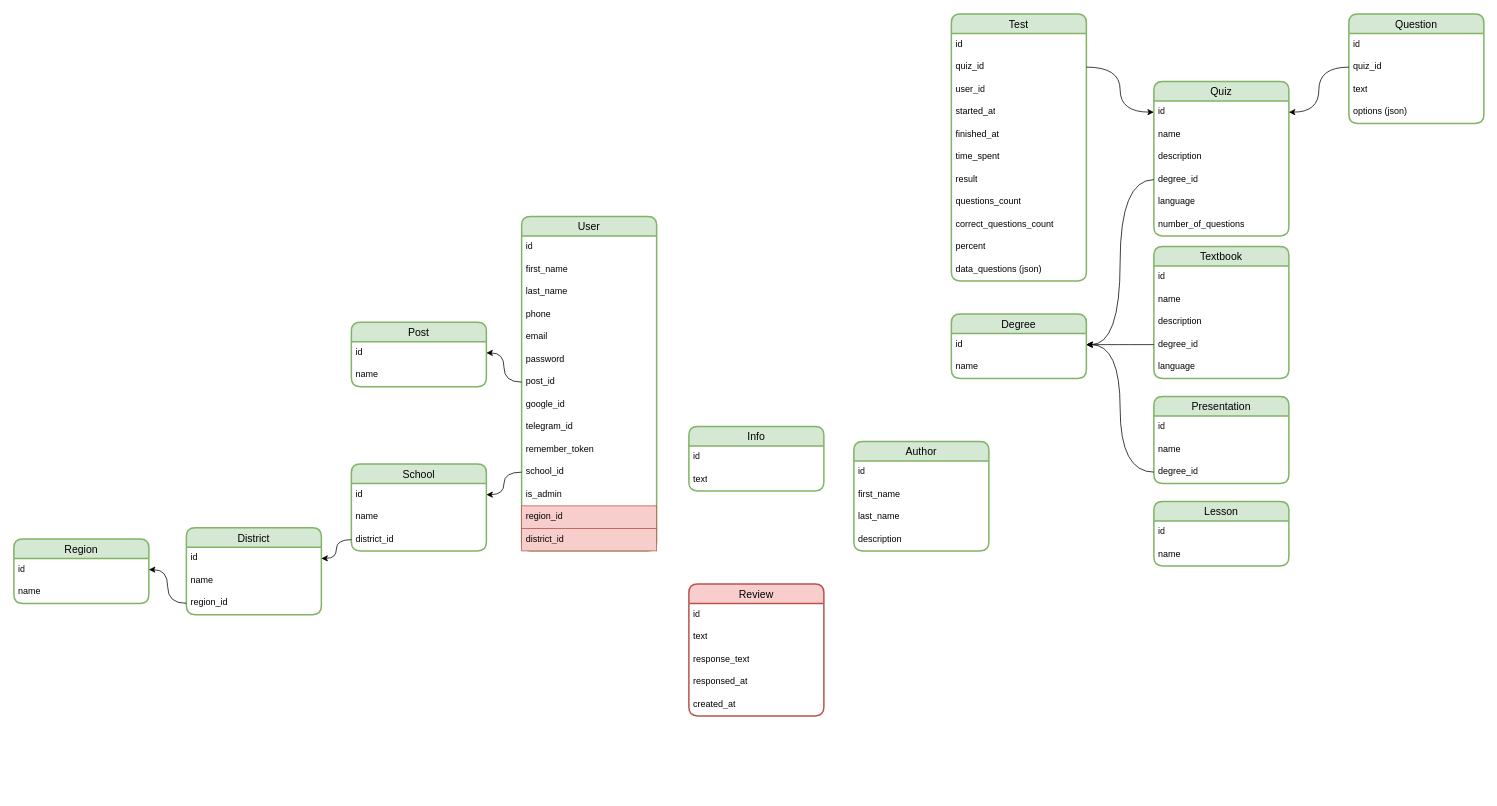
Earlier version of the draw.io diagram karsoft-learn-platform.drawio (iztileuoff/databases). Source tidied: cells renumbered, new cells numbered last; positions are measured from the earlier drawing's top-left corner, leaving out a move shared by most shapes. Both pictures are drawn from the tidied source at 75%, with x=0, y=0 at pixel (14, 14).
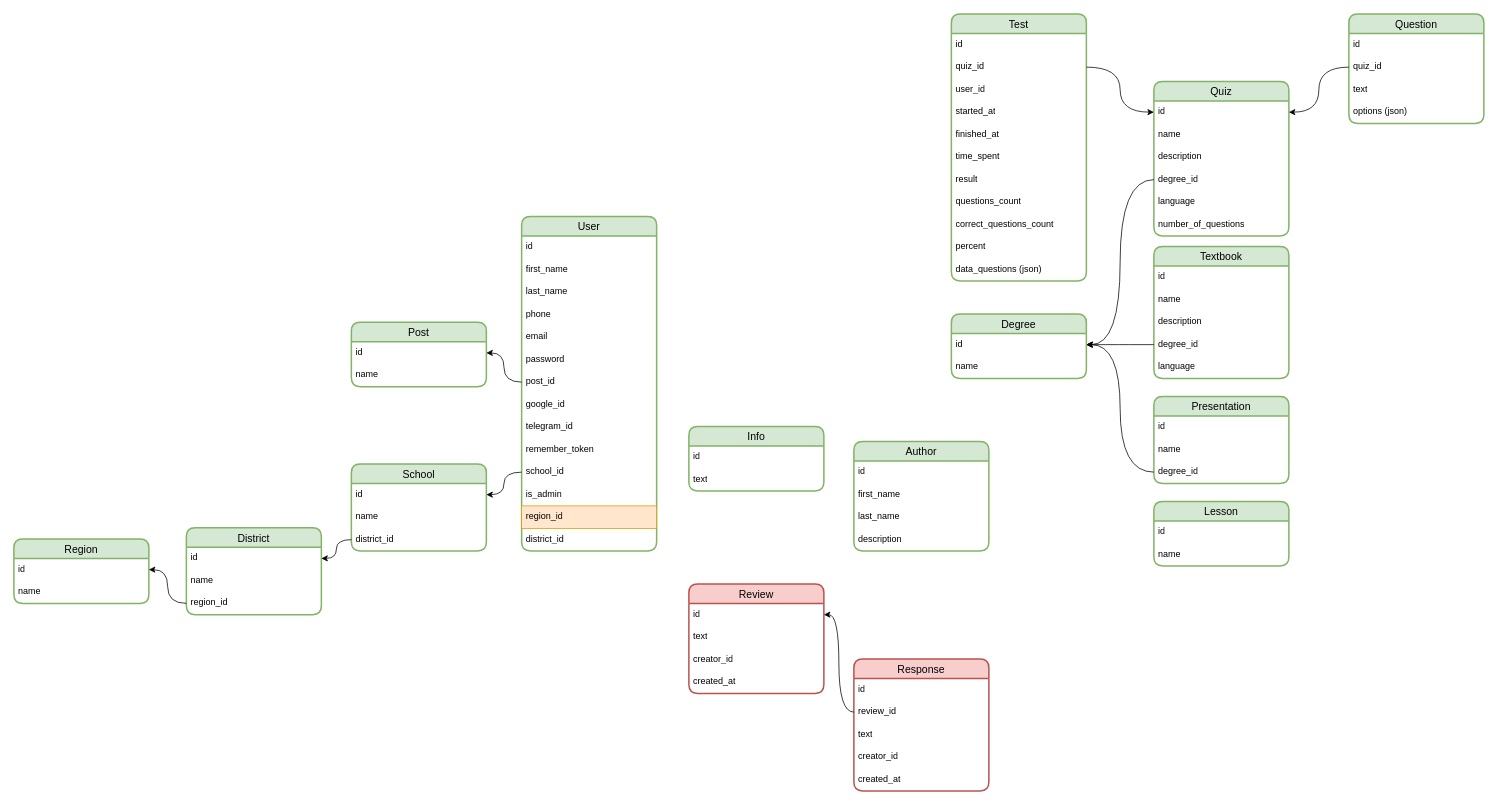
Above is the later version.

The change refers to these unchanged cells:
```xml
<mxCell id="2" value="User" style="swimlane;fontStyle=0;horizontal=1;startSize=26;align=center;fontSize=14;strokeWidth=2;rounded=1;shadow=0;glass=0;swimlaneLine=1;labelBackgroundColor=none;labelBorderColor=none;textShadow=0;fillColor=#d5e8d4;strokeColor=#82b366;" parent="1" vertex="1">
  <mxGeometry x="677" y="270" width="180" height="446" as="geometry" />
</mxCell>
<mxCell id="89" value="id" style="text;strokeColor=none;fillColor=none;spacingLeft=4;spacingRight=4;overflow=hidden;points=[[0,0.5],[1,0.5]];portConstraint=eastwest;fontSize=12;whiteSpace=wrap;html=1;" parent="88" vertex="1">
  <mxGeometry y="26" width="180" height="30" as="geometry" />
</mxCell>
```

Change to the diagram source:
```diff
@@
-    <mxCell id="15" value="region_id" style="text;strokeColor=#b85450;fillColor=#f8cecc;spacingLeft=4;spacingRight=4;overflow=hidden;fontSize=12;whiteSpace=wrap;html=1;" parent="2" vertex="1">
+    <mxCell id="15" value="region_id" style="text;strokeColor=#d79b00;fillColor=#ffe6cc;spacingLeft=4;spacingRight=4;overflow=hidden;fontSize=12;whiteSpace=wrap;html=1;" parent="2" vertex="1">
       <mxGeometry y="386" width="180" height="30" as="geometry" />
     </mxCell>
-    <mxCell id="16" value="district_id" style="text;strokeColor=#b85450;fillColor=#f8cecc;spacingLeft=4;spacingRight=4;overflow=hidden;fontSize=12;whiteSpace=wrap;html=1;" parent="2" vertex="1">
+    <mxCell id="16" value="district_id" style="text;spacingLeft=4;spacingRight=4;overflow=hidden;fontSize=12;whiteSpace=wrap;html=1;" parent="2" vertex="1">
       <mxGeometry y="416" width="180" height="30" as="geometry" />
     </mxCell>
@@
     <mxCell id="88" value="Review" style="swimlane;fontStyle=0;horizontal=1;startSize=26;align=center;fontSize=14;strokeWidth=2;rounded=1;shadow=0;glass=0;swimlaneLine=1;labelBackgroundColor=none;labelBorderColor=none;textShadow=0;fillColor=#f8cecc;strokeColor=#b85450;" parent="1" vertex="1">
-      <mxGeometry x="900" y="760" width="180" height="176" as="geometry" />
+      <mxGeometry x="900" y="760" width="180" height="146" as="geometry" />
     </mxCell>
@@
+    <mxCell id="94" value="text" style="text;strokeColor=none;fillColor=none;spacingLeft=4;spacingRight=4;overflow=hidden;fontSize=12;whiteSpace=wrap;html=1;" parent="88" vertex="1">
+      <mxGeometry y="56" width="180" height="30" as="geometry" />
+    </mxCell>
-    <mxCell id="90" value="text" style="text;strokeColor=none;fillColor=none;spacingLeft=4;spacingRight=4;overflow=hidden;fontSize=12;whiteSpace=wrap;html=1;" parent="88" vertex="1">
-      <mxGeometry y="56" width="180" height="30" as="geometry" />
+    <mxCell id="90" value="creator_id" style="text;strokeColor=none;fillColor=none;spacingLeft=4;spacingRight=4;overflow=hidden;fontSize=12;whiteSpace=wrap;html=1;" parent="88" vertex="1">
+      <mxGeometry y="86" width="180" height="30" as="geometry" />
     </mxCell>
-    <mxCell id="91" value="response_text" style="text;strokeColor=none;fillColor=none;spacingLeft=4;spacingRight=4;overflow=hidden;fontSize=12;whiteSpace=wrap;html=1;" parent="88" vertex="1">
-      <mxGeometry y="86" width="180" height="30" as="geometry" />
-    </mxCell>
-    <mxCell id="92" value="responsed_at" style="text;strokeColor=none;fillColor=none;spacingLeft=4;spacingRight=4;overflow=hidden;fontSize=12;whiteSpace=wrap;html=1;" parent="88" vertex="1">
-      <mxGeometry y="116" width="180" height="30" as="geometry" />
-    </mxCell>
     <mxCell id="93" value="created_at" style="text;strokeColor=none;fillColor=none;spacingLeft=4;spacingRight=4;overflow=hidden;fontSize=12;whiteSpace=wrap;html=1;" parent="88" vertex="1">
-      <mxGeometry y="146" width="180" height="30" as="geometry" />
+      <mxGeometry y="116" width="180" height="30" as="geometry" />
     </mxCell>
+    <mxCell id="95" value="Response" style="swimlane;fontStyle=0;horizontal=1;startSize=26;align=center;fontSize=14;strokeWidth=2;rounded=1;shadow=0;glass=0;swimlaneLine=1;labelBackgroundColor=none;labelBorderColor=none;textShadow=0;fillColor=#f8cecc;strokeColor=#b85450;" parent="1" vertex="1">
+      <mxGeometry x="1120" y="860" width="180" height="176" as="geometry" />
+    </mxCell>
+    <mxCell id="96" value="id" style="text;strokeColor=none;fillColor=none;spacingLeft=4;spacingRight=4;overflow=hidden;fontSize=12;whiteSpace=wrap;html=1;" parent="95" vertex="1">
+      <mxGeometry y="26" width="180" height="30" as="geometry" />
+    </mxCell>
+    <mxCell id="97" value="review_id" style="text;strokeColor=none;fillColor=none;spacingLeft=4;spacingRight=4;overflow=hidden;points=[[0,0.5],[1,0.5]];portConstraint=eastwest;fontSize=12;whiteSpace=wrap;html=1;" parent="95" vertex="1">
+      <mxGeometry y="56" width="180" height="30" as="geometry" />
+    </mxCell>
+    <mxCell id="98" value="text" style="text;strokeColor=none;fillColor=none;spacingLeft=4;spacingRight=4;overflow=hidden;fontSize=12;whiteSpace=wrap;html=1;" parent="95" vertex="1">
+      <mxGeometry y="86" width="180" height="30" as="geometry" />
+    </mxCell>
+    <mxCell id="99" value="creator_id" style="text;strokeColor=none;fillColor=none;spacingLeft=4;spacingRight=4;overflow=hidden;fontSize=12;whiteSpace=wrap;html=1;" parent="95" vertex="1">
+      <mxGeometry y="116" width="180" height="30" as="geometry" />
+    </mxCell>
+    <mxCell id="100" value="created_at" style="text;strokeColor=none;fillColor=none;spacingLeft=4;spacingRight=4;overflow=hidden;fontSize=12;whiteSpace=wrap;html=1;" parent="95" vertex="1">
+      <mxGeometry y="146" width="180" height="30" as="geometry" />
+    </mxCell>
+    <mxCell id="101" style="edgeStyle=orthogonalEdgeStyle;rounded=0;jettySize=auto;html=1;entryX=1;entryY=0.5;entryDx=0;entryDy=0;curved=1;" parent="1" edge="1" source="97" target="89">
+      <mxGeometry relative="1" as="geometry" />
+    </mxCell>
```
